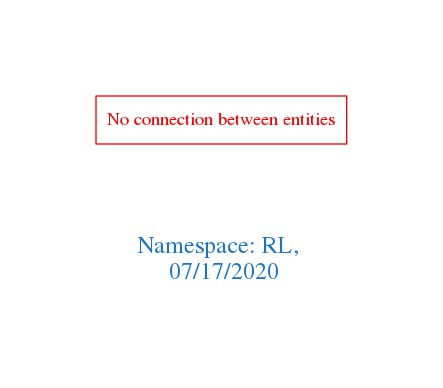
arago/OGIT keeps this Graphviz diagram as downloads/RL.png. Above is the earlier version. Its source is kept beside it as downloads/RL.dot.
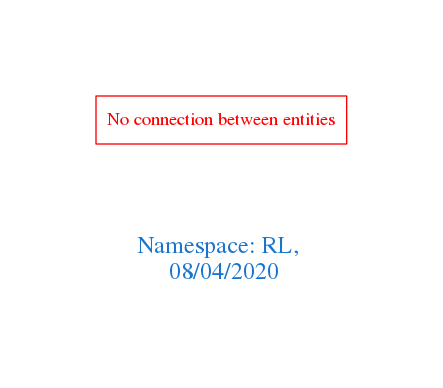
After the commit.

Diff of the diagram source:
```diff
@@ -1,7 +1,7 @@
 digraph OGIT_ontology {
  graph [ rankdir= LR,pad=1
 fontsize = 18,
-fontcolor= dodgerblue3,label = "\n\n\nNamespace: RL, \n 07/17/2020"];
+fontcolor= dodgerblue3,label = "\n\n\nNamespace: RL, \n 08/04/2020"];
 node[shape=polygon];
 edge [  color="gray81"];
 
```
